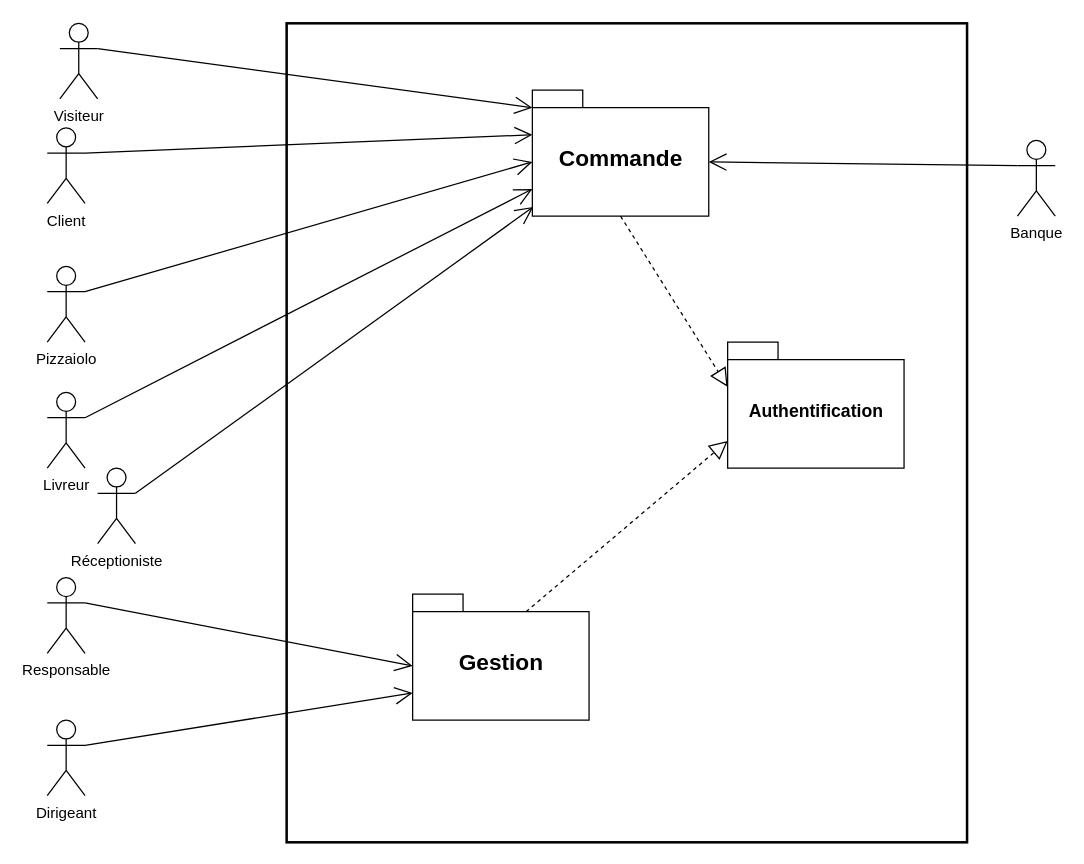
The draw.io diagram diagrams/useCase/packagesDiagram.drawio in gsagot/oc_p6_ocPizza, before the edit. Source tidied: cells renumbered, new cells numbered last; positions are measured from the earlier drawing's top-left corner, leaving out a move shared by most shapes. Both pictures are drawn from the tidied source at 126%, with x=0, y=0 at pixel (47, 23).
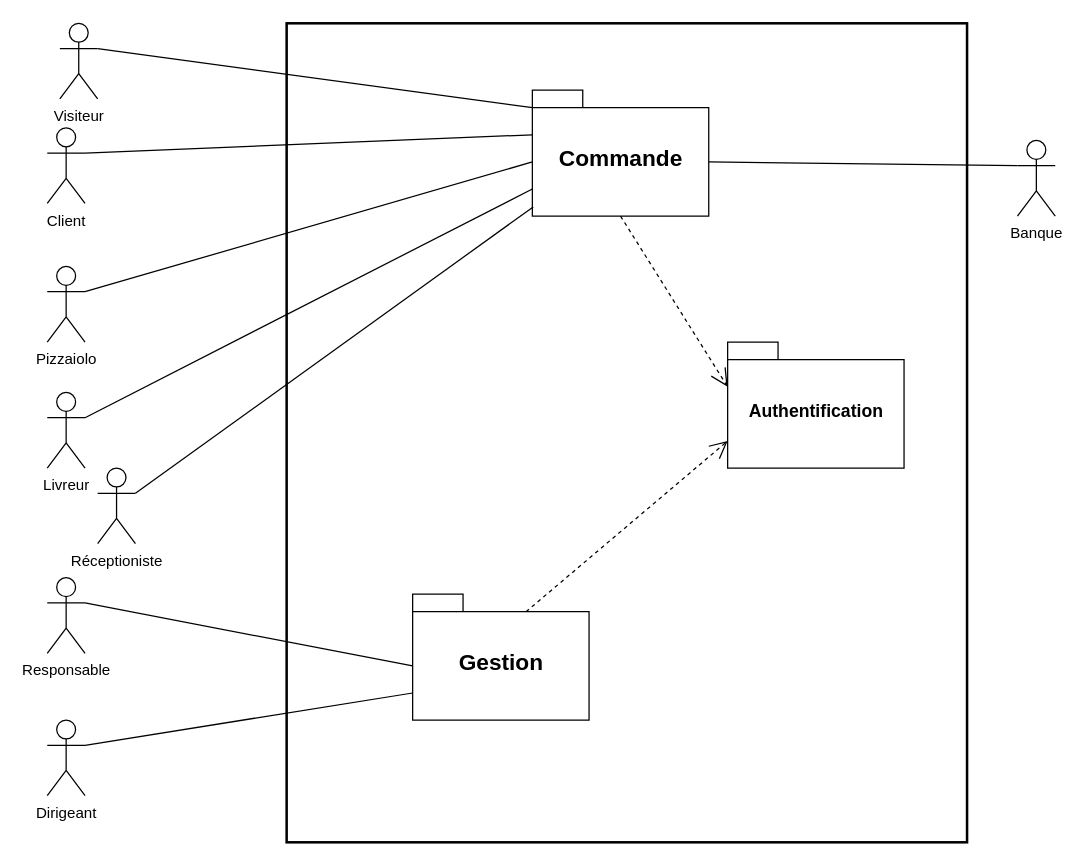
The same diagram, later.

Unchanged cells that the change refers to:
```xml
<mxCell id="3" value="Client" style="shape=umlActor;verticalLabelPosition=bottom;verticalAlign=top;html=1;" parent="1" vertex="1">
  <mxGeometry y="83" width="30" height="60" as="geometry" />
</mxCell>
<mxCell id="4" value="Responsable" style="shape=umlActor;verticalLabelPosition=bottom;verticalAlign=top;html=1;" parent="1" vertex="1">
  <mxGeometry y="440" width="30" height="60" as="geometry" />
</mxCell>
<mxCell id="5" value="&lt;font style=&quot;font-size: 18px&quot;&gt;Gestion&lt;/font&gt;" style="shape=folder;fontStyle=1;spacingTop=10;tabWidth=40;tabHeight=14;tabPosition=left;html=1;" parent="1" vertex="1">
  <mxGeometry x="290" y="453" width="140" height="100" as="geometry" />
</mxCell>
<mxCell id="6" value="&lt;font style=&quot;font-size: 14px&quot;&gt;Authentification&lt;/font&gt;" style="shape=folder;fontStyle=1;spacingTop=10;tabWidth=40;tabHeight=14;tabPosition=left;html=1;" parent="1" vertex="1">
  <mxGeometry x="540" y="253" width="140" height="100" as="geometry" />
</mxCell>
<mxCell id="7" value="&lt;font style=&quot;font-size: 18px&quot;&gt;Commande&lt;/font&gt;" style="shape=folder;fontStyle=1;spacingTop=10;tabWidth=40;tabHeight=14;tabPosition=left;html=1;" parent="1" vertex="1">
  <mxGeometry x="385" y="53" width="140" height="100" as="geometry" />
</mxCell>
<mxCell id="8" value="Banque" style="shape=umlActor;verticalLabelPosition=bottom;verticalAlign=top;html=1;" parent="1" vertex="1">
  <mxGeometry x="770" y="93" width="30" height="60" as="geometry" />
</mxCell>
<mxCell id="10" value="Pizzaiolo" style="shape=umlActor;verticalLabelPosition=bottom;verticalAlign=top;html=1;" parent="1" vertex="1">
  <mxGeometry y="193" width="30" height="60" as="geometry" />
</mxCell>
<mxCell id="16" value="Livreur" style="shape=umlActor;verticalLabelPosition=bottom;verticalAlign=top;html=1;" parent="1" vertex="1">
  <mxGeometry y="293" width="30" height="60" as="geometry" />
</mxCell>
<mxCell id="18" value="Dirigeant" style="shape=umlActor;verticalLabelPosition=bottom;verticalAlign=top;html=1;" parent="1" vertex="1">
  <mxGeometry y="553" width="30" height="60" as="geometry" />
</mxCell>
<mxCell id="20" value="Réceptioniste" style="shape=umlActor;verticalLabelPosition=bottom;verticalAlign=top;html=1;" parent="1" vertex="1">
  <mxGeometry x="40" y="353" width="30" height="60" as="geometry" />
</mxCell>
<mxCell id="22" value="Visiteur" style="shape=umlActor;verticalLabelPosition=bottom;verticalAlign=top;html=1;" parent="1" vertex="1">
  <mxGeometry x="10" width="30" height="60" as="geometry" />
</mxCell>
```

Change to the diagram source:
```diff
@@
-    <mxCell id="2" style="html=1;strokeWidth=2;" parent="1" vertex="1">
-      <mxGeometry x="190" width="540" height="650" as="geometry" />
-    </mxCell>
+    <mxCell id="24" style="html=1;strokeWidth=2;" parent="1" vertex="1">
+      <mxGeometry x="190" width="540" height="650" as="geometry" />
+    </mxCell>
@@
-    <mxCell id="9" style="endArrow=open;endFill=1;endSize=12;html=1;entryX=0;entryY=0;entryDx=140;entryDy=57;entryPerimeter=0;exitX=0;exitY=0.3333333333333333;exitDx=0;exitDy=0;exitPerimeter=0;" parent="1" edge="1" source="8" target="7">
+    <mxCell id="9" style="endArrow=none;endFill=1;endSize=12;html=1;entryX=0;entryY=0;entryDx=140;entryDy=57;entryPerimeter=0;exitX=0;exitY=0.3333333333333333;exitDx=0;exitDy=0;exitPerimeter=0;" parent="1" edge="1" source="8" target="7">
       <mxGeometry relative="1" as="geometry" />
     </mxCell>
@@
-    <mxCell id="11" style="endArrow=open;endFill=1;endSize=12;html=1;exitX=1;exitY=0.3333333333333333;exitDx=0;exitDy=0;exitPerimeter=0;entryX=0;entryY=0;entryDx=0;entryDy=35.5;entryPerimeter=0;" parent="1" edge="1" source="3" target="7">
+    <mxCell id="11" style="endArrow=none;endFill=1;endSize=12;html=1;exitX=1;exitY=0.3333333333333333;exitDx=0;exitDy=0;exitPerimeter=0;entryX=0;entryY=0;entryDx=0;entryDy=35.5;entryPerimeter=0;" parent="1" edge="1" source="3" target="7">
       <mxGeometry relative="1" as="geometry" />
     </mxCell>
-    <mxCell id="12" style="endArrow=open;endFill=1;endSize=12;html=1;exitX=1;exitY=0.3333333333333333;exitDx=0;exitDy=0;exitPerimeter=0;entryX=0;entryY=0;entryDx=0;entryDy=57;entryPerimeter=0;" parent="1" edge="1" source="10" target="7">
+    <mxCell id="12" style="endArrow=none;endFill=1;endSize=12;html=1;exitX=1;exitY=0.3333333333333333;exitDx=0;exitDy=0;exitPerimeter=0;entryX=0;entryY=0;entryDx=0;entryDy=57;entryPerimeter=0;" parent="1" edge="1" source="10" target="7">
       <mxGeometry relative="1" as="geometry" />
     </mxCell>
-    <mxCell id="13" style="endArrow=open;endFill=1;endSize=12;html=1;exitX=1;exitY=0.3333333333333333;exitDx=0;exitDy=0;exitPerimeter=0;entryX=0;entryY=0;entryDx=0;entryDy=57;entryPerimeter=0;" parent="1" edge="1" source="4" target="5">
+    <mxCell id="13" style="endArrow=none;endFill=1;endSize=12;html=1;exitX=1;exitY=0.3333333333333333;exitDx=0;exitDy=0;exitPerimeter=0;entryX=0;entryY=0;entryDx=0;entryDy=57;entryPerimeter=0;" parent="1" edge="1" source="4" target="5">
       <mxGeometry relative="1" as="geometry" />
     </mxCell>
-    <mxCell id="14" style="endArrow=block;dashed=1;endFill=0;endSize=12;html=1;exitX=0.5;exitY=1;exitDx=0;exitDy=0;exitPerimeter=0;entryX=0;entryY=0;entryDx=0;entryDy=35.5;entryPerimeter=0;" parent="1" edge="1" source="7" target="6">
+    <mxCell id="14" style="endArrow=open;dashed=1;endFill=0;endSize=12;html=1;exitX=0.5;exitY=1;exitDx=0;exitDy=0;exitPerimeter=0;entryX=0;entryY=0;entryDx=0;entryDy=35.5;entryPerimeter=0;" parent="1" edge="1" source="7" target="6">
       <mxGeometry relative="1" as="geometry" />
     </mxCell>
-    <mxCell id="15" style="endArrow=block;dashed=1;endFill=0;endSize=12;html=1;exitX=0;exitY=0;exitDx=90;exitDy=14;exitPerimeter=0;entryX=0;entryY=0;entryDx=0;entryDy=78.5;entryPerimeter=0;" parent="1" edge="1" source="5" target="6">
+    <mxCell id="15" style="endArrow=open;dashed=1;endFill=0;endSize=12;html=1;exitX=0;exitY=0;exitDx=90;exitDy=14;exitPerimeter=0;entryX=0;entryY=0;entryDx=0;entryDy=78.5;entryPerimeter=0;" parent="1" edge="1" source="5" target="6">
       <mxGeometry relative="1" as="geometry" />
     </mxCell>
@@
-    <mxCell id="17" style="endArrow=open;endFill=1;endSize=12;html=1;exitX=1;exitY=0.3333333333333333;exitDx=0;exitDy=0;exitPerimeter=0;entryX=0;entryY=0;entryDx=0;entryDy=78.5;entryPerimeter=0;" parent="1" edge="1" source="16" target="7">
+    <mxCell id="17" style="endArrow=none;endFill=1;endSize=12;html=1;exitX=1;exitY=0.3333333333333333;exitDx=0;exitDy=0;exitPerimeter=0;entryX=0;entryY=0;entryDx=0;entryDy=78.5;entryPerimeter=0;" parent="1" edge="1" source="16" target="7">
       <mxGeometry relative="1" as="geometry" />
     </mxCell>
@@
-    <mxCell id="19" style="endArrow=open;endFill=1;endSize=12;html=1;exitX=1;exitY=0.3333333333333333;exitDx=0;exitDy=0;exitPerimeter=0;entryX=0;entryY=0;entryDx=0;entryDy=78.5;entryPerimeter=0;" parent="1" edge="1" source="18" target="5">
+    <mxCell id="19" style="endArrow=none;endFill=1;endSize=12;html=1;exitX=1;exitY=0.3333333333333333;exitDx=0;exitDy=0;exitPerimeter=0;entryX=0;entryY=0;entryDx=0;entryDy=78.5;entryPerimeter=0;" parent="1" edge="1" source="18" target="5">
       <mxGeometry relative="1" as="geometry" />
     </mxCell>
@@
-    <mxCell id="21" style="endArrow=open;endFill=1;endSize=12;html=1;exitX=1;exitY=0.3333333333333333;exitDx=0;exitDy=0;exitPerimeter=0;entryX=0.005;entryY=0.927;entryDx=0;entryDy=0;entryPerimeter=0;" parent="1" edge="1" source="20" target="7">
+    <mxCell id="21" style="endArrow=none;endFill=1;endSize=12;html=1;exitX=1;exitY=0.3333333333333333;exitDx=0;exitDy=0;exitPerimeter=0;entryX=0.005;entryY=0.927;entryDx=0;entryDy=0;entryPerimeter=0;" parent="1" edge="1" source="20" target="7">
       <mxGeometry relative="1" as="geometry" />
     </mxCell>
@@
-    <mxCell id="23" style="endArrow=open;endFill=1;endSize=12;html=1;exitX=1;exitY=0.3333333333333333;exitDx=0;exitDy=0;exitPerimeter=0;entryX=0;entryY=0;entryDx=0;entryDy=14;entryPerimeter=0;" parent="1" edge="1" source="22" target="7">
+    <mxCell id="23" style="endArrow=none;endFill=1;endSize=12;html=1;exitX=1;exitY=0.3333333333333333;exitDx=0;exitDy=0;exitPerimeter=0;entryX=0;entryY=0;entryDx=0;entryDy=14;entryPerimeter=0;" parent="1" edge="1" source="22" target="7">
       <mxGeometry relative="1" as="geometry" />
     </mxCell>
```
